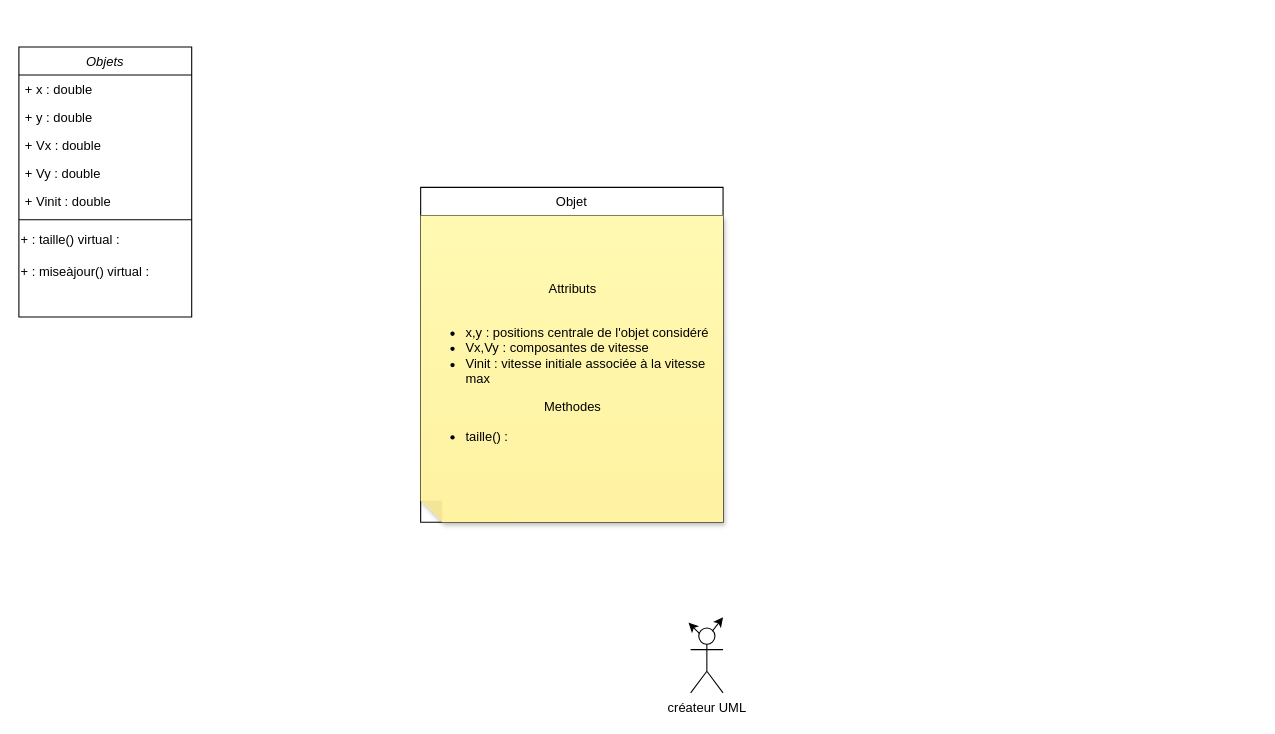
This is Diagrammeclasse.drawio from Bribrigentil/projet, a draw.io file, before an edit. Source tidied: cells renumbered, new cells numbered last; positions are measured from the earlier drawing's top-left corner, leaving out a move shared by most shapes. Both pictures are drawn from the tidied source at 108%, with x=0, y=0 at pixel (18, 46).
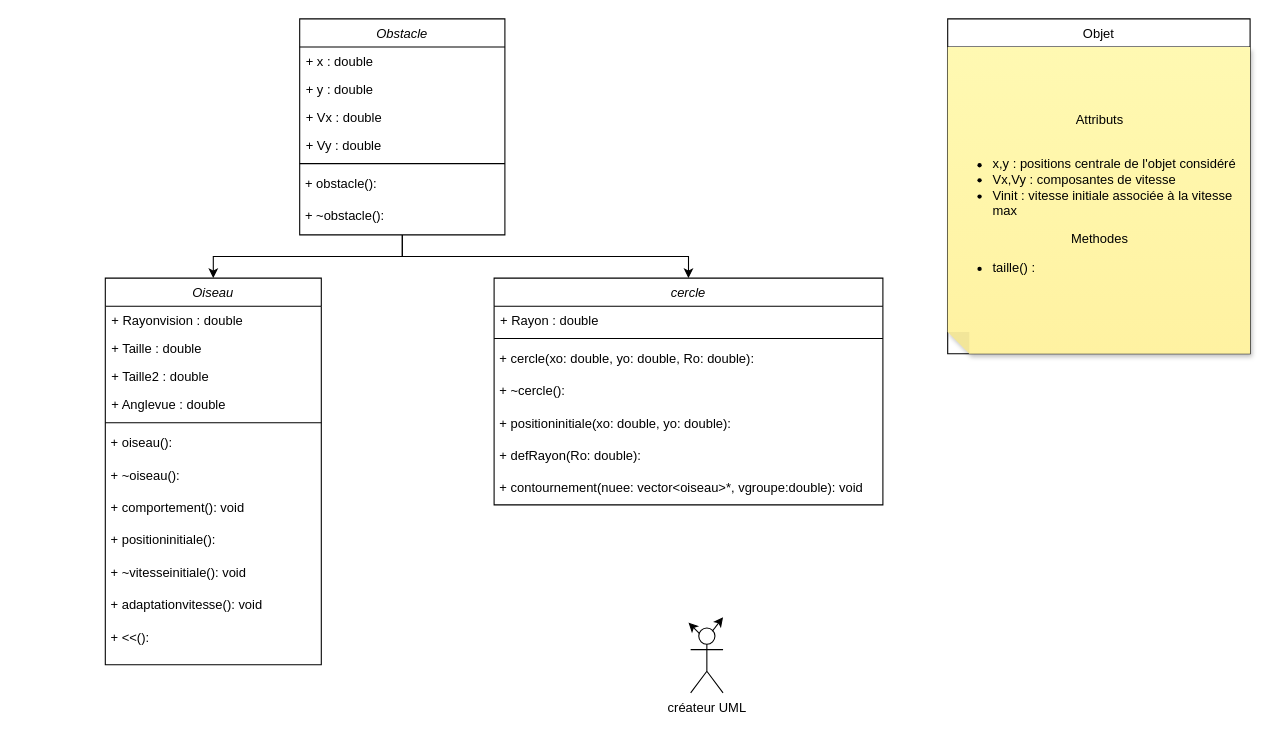
After the change.

What changed in the source:
```diff
@@
     <mxCell id="5" value="Objet" style="swimlane;fontStyle=0;horizontal=1;startSize=26;fillColor=none;" parent="1" vertex="1">
-      <mxGeometry x="372" y="130" width="280" height="310" as="geometry" />
+      <mxGeometry x="860" y="-26" width="280" height="310" as="geometry" />
     </mxCell>
@@
+    <mxCell id="16" style="edgeStyle=orthogonalEdgeStyle;rounded=0;jettySize=auto;html=1;exitX=0.5;exitY=1;exitDx=0;exitDy=0;" parent="1" edge="1" source="7" target="19">
+      <mxGeometry relative="1" as="geometry" />
+    </mxCell>
+    <mxCell id="17" style="edgeStyle=orthogonalEdgeStyle;rounded=0;jettySize=auto;html=1;exitX=0.5;exitY=1;exitDx=0;exitDy=0;" parent="1" edge="1" source="7" target="32">
+      <mxGeometry relative="1" as="geometry" />
+    </mxCell>
-    <mxCell id="7" value="Objets&#10;" style="swimlane;fontStyle=2;align=center;verticalAlign=top;horizontal=1;startSize=26;rounded=0;shadow=0;strokeWidth=1;" parent="1" vertex="1">
-      <mxGeometry width="160" height="250" as="geometry" />
+    <mxCell id="7" value="Obstacle&#10;" style="swimlane;fontStyle=2;align=center;verticalAlign=top;horizontal=1;startSize=26;rounded=0;shadow=0;strokeWidth=1;" parent="1" vertex="1">
+      <mxGeometry x="260" y="-26" width="190" height="200" as="geometry" />
     </mxCell>
     <mxCell id="8" value="+ x : double" style="text;align=left;verticalAlign=top;spacingLeft=4;spacingRight=4;overflow=hidden;" parent="7" vertex="1">
-      <mxGeometry y="26" width="160" height="26" as="geometry" />
+      <mxGeometry y="26" width="190" height="26" as="geometry" />
     </mxCell>
     <mxCell id="9" value="+ y : double" style="text;align=left;verticalAlign=top;spacingLeft=4;spacingRight=4;overflow=hidden;rounded=0;shadow=0;html=0;" parent="7" vertex="1">
-      <mxGeometry y="52" width="160" height="26" as="geometry" />
+      <mxGeometry y="52" width="190" height="26" as="geometry" />
     </mxCell>
     <mxCell id="10" value="+ Vx : double" style="text;align=left;verticalAlign=top;spacingLeft=4;spacingRight=4;overflow=hidden;rounded=0;shadow=0;html=0;" parent="7" vertex="1">
-      <mxGeometry y="78" width="160" height="26" as="geometry" />
+      <mxGeometry y="78" width="190" height="26" as="geometry" />
     </mxCell>
     <mxCell id="11" value="+ Vy : double" style="text;align=left;verticalAlign=top;spacingLeft=4;spacingRight=4;overflow=hidden;rounded=0;shadow=0;html=0;" parent="7" vertex="1">
-      <mxGeometry y="104" width="160" height="26" as="geometry" />
+      <mxGeometry y="104" width="190" height="26" as="geometry" />
     </mxCell>
-    <mxCell id="12" value="+ Vinit : double" style="text;align=left;verticalAlign=top;spacingLeft=4;spacingRight=4;overflow=hidden;rounded=0;shadow=0;html=0;" parent="7" vertex="1">
-      <mxGeometry y="130" width="160" height="26" as="geometry" />
-    </mxCell>
     <mxCell id="13" style="line;html=1;strokeWidth=1;align=left;verticalAlign=middle;spacingTop=-1;spacingLeft=3;spacingRight=3;labelPosition=right;" parent="7" vertex="1">
-      <mxGeometry y="156" width="160" height="8" as="geometry" />
+      <mxGeometry y="130" width="190" height="8" as="geometry" />
     </mxCell>
-    <mxCell id="14" value="&lt;div align=&quot;left&quot;&gt;+ : taille() virtual :&lt;/div&gt;" style="text;html=1;align=left;verticalAlign=middle;strokeColor=none;fillColor=none;" parent="7" vertex="1">
-      <mxGeometry y="164" width="160" height="30" as="geometry" />
+    <mxCell id="14" value="&lt;div&gt;&amp;nbsp;+ obstacle():&lt;/div&gt;" style="text;html=1;align=left;verticalAlign=middle;strokeColor=none;fillColor=none;" parent="7" vertex="1">
+      <mxGeometry y="138" width="190" height="30" as="geometry" />
     </mxCell>
-    <mxCell id="15" value="&lt;div align=&quot;left&quot;&gt;+ : miseàjour() virtual :&lt;/div&gt;" style="text;html=1;align=left;verticalAlign=middle;strokeColor=none;fillColor=none;" parent="7" vertex="1">
-      <mxGeometry y="194" width="160" height="30" as="geometry" />
-    </mxCell>
+    <mxCell id="18" value="&lt;div&gt;&amp;nbsp;+ ~obstacle():&lt;/div&gt;" style="text;html=1;align=left;verticalAlign=middle;strokeColor=none;fillColor=none;" parent="7" vertex="1">
+      <mxGeometry y="168" width="190" height="30" as="geometry" />
+    </mxCell>
+    <mxCell id="19" value="Oiseau" style="swimlane;fontStyle=2;align=center;verticalAlign=top;horizontal=1;startSize=26;rounded=0;shadow=0;strokeWidth=1;" parent="1" vertex="1">
+      <mxGeometry x="80" y="214" width="200" height="358" as="geometry" />
+    </mxCell>
+    <mxCell id="20" value="+ Rayonvision : double" style="text;align=left;verticalAlign=top;spacingLeft=4;spacingRight=4;overflow=hidden;" parent="19" vertex="1">
+      <mxGeometry y="26" width="200" height="26" as="geometry" />
+    </mxCell>
+    <mxCell id="21" value="+ Taille : double" style="text;align=left;verticalAlign=top;spacingLeft=4;spacingRight=4;overflow=hidden;rounded=0;shadow=0;html=0;" parent="19" vertex="1">
+      <mxGeometry y="52" width="200" height="26" as="geometry" />
+    </mxCell>
+    <mxCell id="22" value="+ Taille2 : double" style="text;align=left;verticalAlign=top;spacingLeft=4;spacingRight=4;overflow=hidden;rounded=0;shadow=0;html=0;" parent="19" vertex="1">
+      <mxGeometry y="78" width="200" height="26" as="geometry" />
+    </mxCell>
+    <mxCell id="23" value="+ Anglevue : double" style="text;align=left;verticalAlign=top;spacingLeft=4;spacingRight=4;overflow=hidden;rounded=0;shadow=0;html=0;" parent="19" vertex="1">
+      <mxGeometry y="104" width="200" height="26" as="geometry" />
+    </mxCell>
+    <mxCell id="24" style="line;html=1;strokeWidth=1;align=left;verticalAlign=middle;spacingTop=-1;spacingLeft=3;spacingRight=3;labelPosition=right;" parent="19" vertex="1">
+      <mxGeometry y="130" width="200" height="8" as="geometry" />
+    </mxCell>
+    <mxCell id="25" value="&lt;div&gt;&amp;nbsp;+ oiseau():&lt;/div&gt;" style="text;html=1;align=left;verticalAlign=middle;strokeColor=none;fillColor=none;" parent="19" vertex="1">
+      <mxGeometry y="138" width="200" height="30" as="geometry" />
+    </mxCell>
+    <mxCell id="26" value="&lt;div&gt;&amp;nbsp;+ ~oiseau():&lt;/div&gt;" style="text;html=1;align=left;verticalAlign=middle;strokeColor=none;fillColor=none;" parent="19" vertex="1">
+      <mxGeometry y="168" width="200" height="30" as="geometry" />
+    </mxCell>
+    <mxCell id="27" value="&lt;div&gt;&amp;nbsp;+ comportement(): void&lt;/div&gt;" style="text;html=1;align=left;verticalAlign=middle;strokeColor=none;fillColor=none;" parent="19" vertex="1">
+      <mxGeometry y="198" width="200" height="30" as="geometry" />
+    </mxCell>
+    <mxCell id="28" value="&lt;div&gt;&amp;nbsp;+ positioninitiale():&lt;/div&gt;" style="text;html=1;align=left;verticalAlign=middle;strokeColor=none;fillColor=none;" parent="19" vertex="1">
+      <mxGeometry y="228" width="200" height="30" as="geometry" />
+    </mxCell>
+    <mxCell id="29" value="&lt;div&gt;&amp;nbsp;+ ~vitesseinitiale(): void&lt;/div&gt;" style="text;html=1;align=left;verticalAlign=middle;strokeColor=none;fillColor=none;" parent="19" vertex="1">
+      <mxGeometry y="258" width="200" height="30" as="geometry" />
+    </mxCell>
+    <mxCell id="30" value="&lt;div&gt;&amp;nbsp;+ adaptationvitesse(): void&lt;/div&gt;" style="text;html=1;align=left;verticalAlign=middle;strokeColor=none;fillColor=none;" parent="19" vertex="1">
+      <mxGeometry y="288" width="200" height="30" as="geometry" />
+    </mxCell>
+    <mxCell id="31" value="&lt;div&gt;&amp;nbsp;+ &amp;lt;&amp;lt;():&lt;/div&gt;" style="text;html=1;align=left;verticalAlign=middle;strokeColor=none;fillColor=none;" parent="19" vertex="1">
+      <mxGeometry y="318" width="200" height="30" as="geometry" />
+    </mxCell>
+    <mxCell id="32" value="cercle" style="swimlane;fontStyle=2;align=center;verticalAlign=top;horizontal=1;startSize=26;rounded=0;shadow=0;strokeWidth=1;" parent="1" vertex="1">
+      <mxGeometry x="440" y="214" width="360" height="210" as="geometry" />
+    </mxCell>
+    <mxCell id="33" value="+ Rayon : double" style="text;align=left;verticalAlign=top;spacingLeft=4;spacingRight=4;overflow=hidden;" parent="32" vertex="1">
+      <mxGeometry y="26" width="360" height="26" as="geometry" />
+    </mxCell>
+    <mxCell id="34" style="line;html=1;strokeWidth=1;align=left;verticalAlign=middle;spacingTop=-1;spacingLeft=3;spacingRight=3;labelPosition=right;" parent="32" vertex="1">
+      <mxGeometry y="52" width="360" height="8" as="geometry" />
+    </mxCell>
+    <mxCell id="35" value="&lt;div&gt;&amp;nbsp;+ cercle(xo: double, yo: double, Ro: double):&lt;/div&gt;" style="text;html=1;align=left;verticalAlign=middle;strokeColor=none;fillColor=none;" parent="32" vertex="1">
+      <mxGeometry y="60" width="360" height="30" as="geometry" />
+    </mxCell>
+    <mxCell id="36" value="&lt;div&gt;&amp;nbsp;+ ~cercle():&lt;/div&gt;" style="text;html=1;align=left;verticalAlign=middle;strokeColor=none;fillColor=none;" parent="32" vertex="1">
+      <mxGeometry y="90" width="360" height="30" as="geometry" />
+    </mxCell>
+    <mxCell id="37" value="&lt;div&gt;&amp;nbsp;+ positioninitiale(xo: double, yo: double):&lt;/div&gt;" style="text;html=1;align=left;verticalAlign=middle;strokeColor=none;fillColor=none;" parent="32" vertex="1">
+      <mxGeometry y="120" width="360" height="30" as="geometry" />
+    </mxCell>
+    <mxCell id="38" value="&lt;div&gt;&amp;nbsp;+ defRayon(Ro: double):&lt;/div&gt;" style="text;html=1;align=left;verticalAlign=middle;strokeColor=none;fillColor=none;" parent="32" vertex="1">
+      <mxGeometry y="150" width="360" height="30" as="geometry" />
+    </mxCell>
+    <mxCell id="39" value="&lt;div&gt;&amp;nbsp;+ contournement(nuee: vector&amp;lt;oiseau&amp;gt;*, vgroupe:double): void&lt;/div&gt;" style="text;html=1;align=left;verticalAlign=middle;strokeColor=none;fillColor=none;" parent="32" vertex="1">
+      <mxGeometry y="180" width="360" height="30" as="geometry" />
+    </mxCell>
```
